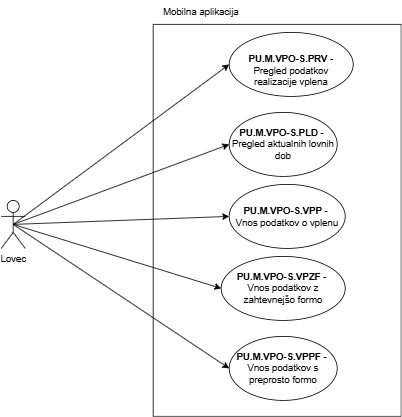
The draw.io diagram Vodenje podatkov o odstrelu-Mobilna aplikacija.drawio.png in ErnestISv/Lovstvo, before a commit. Source tidied: cells renumbered, new cells last; positions are measured from the earlier drawing's top-left corner, leaving out a move shared by most shapes.
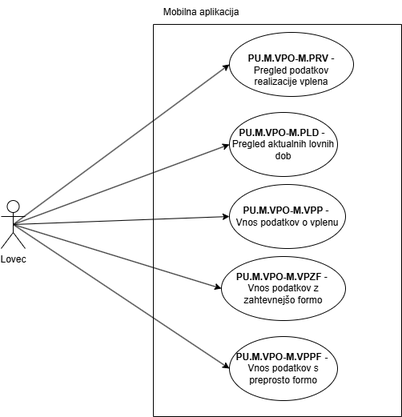
After the change.

The edit, as a diff of the source:
```diff
@@ -8,36 +8,36 @@
     <mxCell id="3" style="swimlane;startSize=0;" parent="1" vertex="1">
       <mxGeometry x="190" y="30" width="310" height="490" as="geometry" />
     </mxCell>
-    <mxCell id="4" value="&lt;br&gt;&lt;table style=&quot;border-collapse:&lt;br/&gt; collapse;width:107pt&quot; width=&quot;142&quot; cellspacing=&quot;0&quot; cellpadding=&quot;0&quot; border=&quot;0&quot;&gt;&lt;tbody&gt;&lt;tr style=&quot;mso-height-source:userset;height:36.6pt&quot; height=&quot;49&quot;&gt;  &lt;td style=&quot;height:36.6pt;width:107pt&quot; width=&quot;142&quot; class=&quot;xl63&quot; height=&quot;49&quot;&gt;&lt;b&gt;PU.M.VPO-S.PRV&lt;/b&gt;&amp;nbsp;-&lt;br&gt;Pregled podatkov realizacije vplena&lt;/td&gt;&lt;/tr&gt;&lt;/tbody&gt;&lt;/table&gt;" style="ellipse;whiteSpace=wrap;html=1;" parent="3" vertex="1">
-      <mxGeometry x="95" y="10" width="155" height="80" as="geometry" />
-    </mxCell>
-    <mxCell id="5" value="&lt;b&gt;PU.M.VPO-S.VPZF&lt;/b&gt; -&amp;nbsp;&lt;div&gt;Vnos podatkov z zahtevnejšo formo&lt;/div&gt;" style="ellipse;whiteSpace=wrap;html=1;" parent="3" vertex="1">
-      <mxGeometry x="85" y="290" width="155" height="80" as="geometry" />
-    </mxCell>
-    <mxCell id="6" value="&lt;b&gt;PU.M.VPO-S.PLD&lt;/b&gt; -&amp;nbsp;&lt;div&gt;Pregled aktualnih lovnih dob&lt;/div&gt;" style="ellipse;whiteSpace=wrap;html=1;" parent="3" vertex="1">
-      <mxGeometry x="95" y="110" width="135" height="80" as="geometry" />
-    </mxCell>
-    <mxCell id="7" value="&lt;b&gt;PU.M.VPO-S.VPPF -&amp;nbsp;&lt;/b&gt;&lt;div&gt;Vnos podatkov s preprosto formo&lt;/div&gt;" style="ellipse;whiteSpace=wrap;html=1;" parent="3" vertex="1">
-      <mxGeometry x="95" y="390" width="135" height="80" as="geometry" />
-    </mxCell>
-    <mxCell id="8" value="&lt;b&gt;PU.M.VPO-S.VPP &lt;/b&gt;-&amp;nbsp;&lt;div&gt;Vnos podatkov o vplenu&lt;/div&gt;" style="ellipse;whiteSpace=wrap;html=1;" parent="3" vertex="1">
-      <mxGeometry x="95" y="200" width="145" height="80" as="geometry" />
-    </mxCell>
-    <mxCell id="9" style="endArrow=classic;html=1;rounded=0;exitX=0.5;exitY=0.5;exitDx=0;exitDy=0;exitPerimeter=0;entryX=0;entryY=0.5;entryDx=0;entryDy=0;" parent="1" edge="1" source="2" target="4">
-      <mxGeometry relative="1" as="geometry" />
-    </mxCell>
-    <mxCell id="10" style="endArrow=classic;html=1;rounded=0;exitX=0.5;exitY=0.5;exitDx=0;exitDy=0;exitPerimeter=0;entryX=0;entryY=0.5;entryDx=0;entryDy=0;" parent="1" edge="1" source="2" target="6">
-      <mxGeometry relative="1" as="geometry" />
-    </mxCell>
-    <mxCell id="11" style="endArrow=classic;html=1;rounded=0;exitX=0.5;exitY=0.5;exitDx=0;exitDy=0;exitPerimeter=0;entryX=0;entryY=0.5;entryDx=0;entryDy=0;" parent="1" edge="1" source="2" target="8">
-      <mxGeometry relative="1" as="geometry" />
-    </mxCell>
-    <mxCell id="12" style="endArrow=classic;html=1;rounded=0;exitX=0.5;exitY=0.5;exitDx=0;exitDy=0;exitPerimeter=0;entryX=0;entryY=0.5;entryDx=0;entryDy=0;" parent="1" edge="1" source="2" target="5">
-      <mxGeometry relative="1" as="geometry" />
-    </mxCell>
-    <mxCell id="13" style="endArrow=classic;html=1;rounded=0;exitX=0.5;exitY=0.5;exitDx=0;exitDy=0;exitPerimeter=0;entryX=0;entryY=0.5;entryDx=0;entryDy=0;" parent="1" edge="1" source="2" target="7">
-      <mxGeometry relative="1" as="geometry" />
-    </mxCell>
+    <mxCell id="15" value="&lt;br&gt;&lt;table style=&quot;border-collapse:&lt;br/&gt; collapse;width:107pt&quot; width=&quot;142&quot; cellspacing=&quot;0&quot; cellpadding=&quot;0&quot; border=&quot;0&quot;&gt;&lt;tbody&gt;&lt;tr style=&quot;mso-height-source:userset;height:36.6pt&quot; height=&quot;49&quot;&gt;  &lt;td style=&quot;height:36.6pt;width:107pt&quot; width=&quot;142&quot; class=&quot;xl63&quot; height=&quot;49&quot;&gt;&lt;b&gt;PU.M.VPO-M.PRV&lt;/b&gt;&amp;nbsp;-&lt;br&gt;Pregled podatkov realizacije vplena&lt;/td&gt;&lt;/tr&gt;&lt;/tbody&gt;&lt;/table&gt;" style="ellipse;whiteSpace=wrap;html=1;" parent="3" vertex="1">
+      <mxGeometry x="95" y="10" width="155" height="80" as="geometry" />
+    </mxCell>
+    <mxCell id="16" value="&lt;b&gt;PU.M.VPO-M.VPZF&lt;/b&gt; -&amp;nbsp;&lt;div&gt;Vnos podatkov z zahtevnejšo formo&lt;/div&gt;" style="ellipse;whiteSpace=wrap;html=1;" parent="3" vertex="1">
+      <mxGeometry x="85" y="290" width="155" height="80" as="geometry" />
+    </mxCell>
+    <mxCell id="17" value="&lt;b&gt;PU.M.VPO-M.PLD&lt;/b&gt; -&amp;nbsp;&lt;div&gt;Pregled aktualnih lovnih dob&lt;/div&gt;" style="ellipse;whiteSpace=wrap;html=1;" parent="3" vertex="1">
+      <mxGeometry x="95" y="110" width="135" height="80" as="geometry" />
+    </mxCell>
+    <mxCell id="18" value="&lt;b&gt;PU.M.VPO-M.VPPF -&amp;nbsp;&lt;/b&gt;&lt;div&gt;Vnos podatkov s preprosto formo&lt;/div&gt;" style="ellipse;whiteSpace=wrap;html=1;" parent="3" vertex="1">
+      <mxGeometry x="95" y="390" width="135" height="80" as="geometry" />
+    </mxCell>
+    <mxCell id="19" value="&lt;b&gt;PU.M.VPO-M.VPP &lt;/b&gt;-&amp;nbsp;&lt;div&gt;Vnos podatkov o vplenu&lt;/div&gt;" style="ellipse;whiteSpace=wrap;html=1;" parent="3" vertex="1">
+      <mxGeometry x="95" y="200" width="145" height="80" as="geometry" />
+    </mxCell>
+    <mxCell id="20" style="endArrow=classic;html=1;rounded=0;exitX=0.5;exitY=0.5;exitDx=0;exitDy=0;exitPerimeter=0;entryX=0;entryY=0.5;entryDx=0;entryDy=0;" parent="1" edge="1" source="2" target="15">
+      <mxGeometry relative="1" as="geometry" />
+    </mxCell>
+    <mxCell id="21" style="endArrow=classic;html=1;rounded=0;exitX=0.5;exitY=0.5;exitDx=0;exitDy=0;exitPerimeter=0;entryX=0;entryY=0.5;entryDx=0;entryDy=0;" parent="1" edge="1" source="2" target="17">
+      <mxGeometry relative="1" as="geometry" />
+    </mxCell>
+    <mxCell id="22" style="endArrow=classic;html=1;rounded=0;exitX=0.5;exitY=0.5;exitDx=0;exitDy=0;exitPerimeter=0;entryX=0;entryY=0.5;entryDx=0;entryDy=0;" parent="1" edge="1" source="2" target="19">
+      <mxGeometry relative="1" as="geometry" />
+    </mxCell>
+    <mxCell id="23" style="endArrow=classic;html=1;rounded=0;exitX=0.5;exitY=0.5;exitDx=0;exitDy=0;exitPerimeter=0;entryX=0;entryY=0.5;entryDx=0;entryDy=0;" parent="1" edge="1" source="2" target="16">
+      <mxGeometry relative="1" as="geometry" />
+    </mxCell>
+    <mxCell id="24" style="endArrow=classic;html=1;rounded=0;exitX=0.5;exitY=0.5;exitDx=0;exitDy=0;exitPerimeter=0;entryX=0;entryY=0.5;entryDx=0;entryDy=0;" parent="1" edge="1" source="2" target="18">
+      <mxGeometry relative="1" as="geometry" />
+    </mxCell>
     <mxCell id="14" value="Mobilna aplikacija" style="text;html=1;align=center;verticalAlign=middle;whiteSpace=wrap;rounded=0;" parent="1" vertex="1">
       <mxGeometry x="190" width="120" height="30" as="geometry" />
     </mxCell>
```
